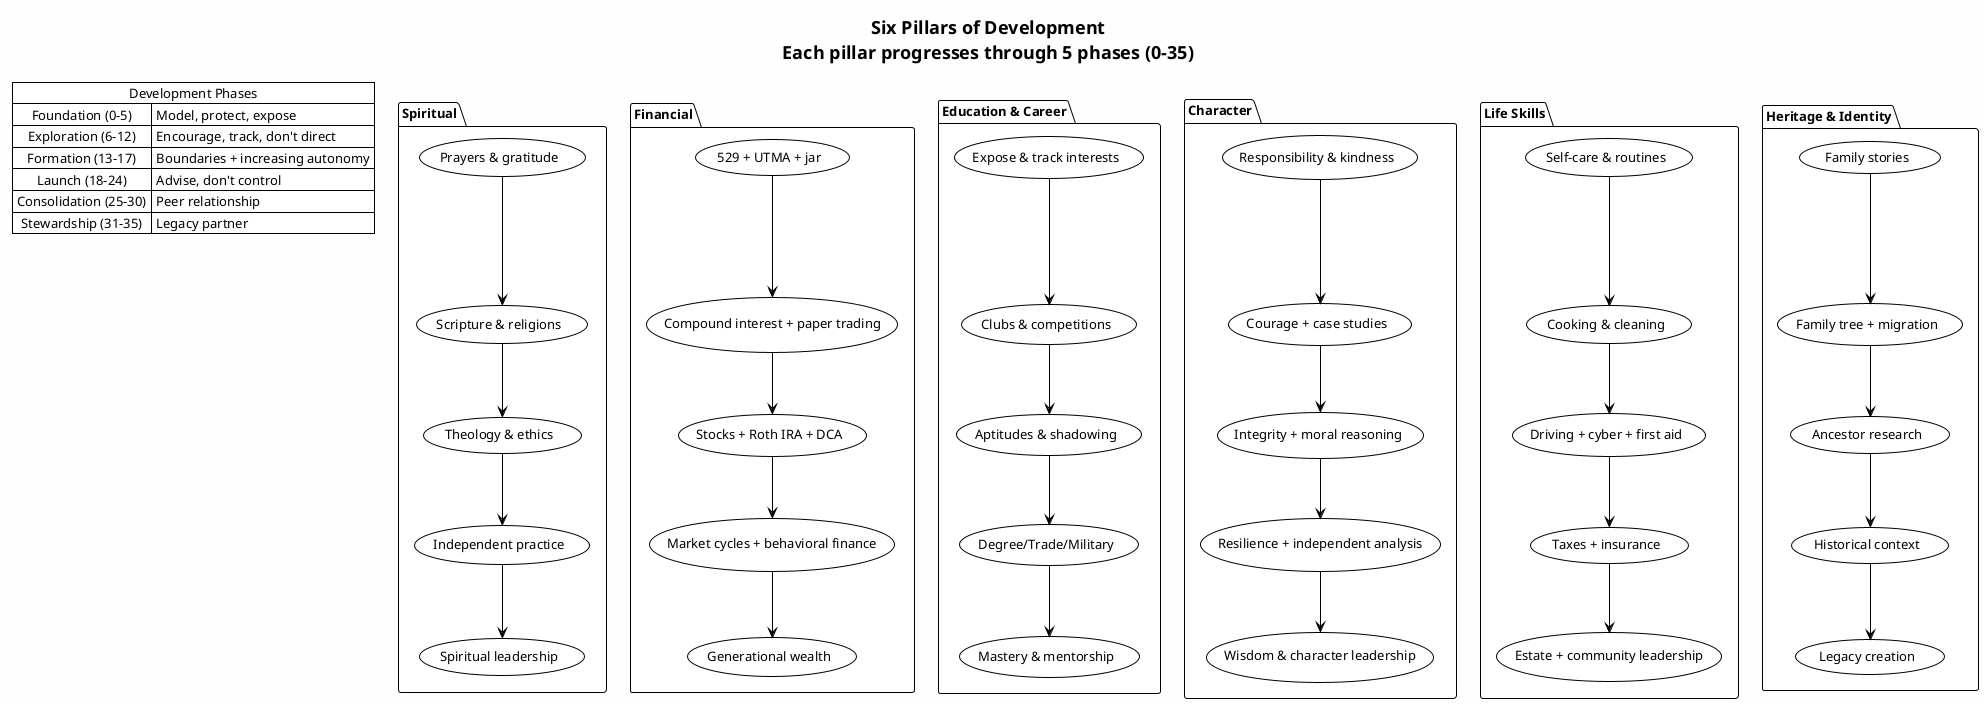
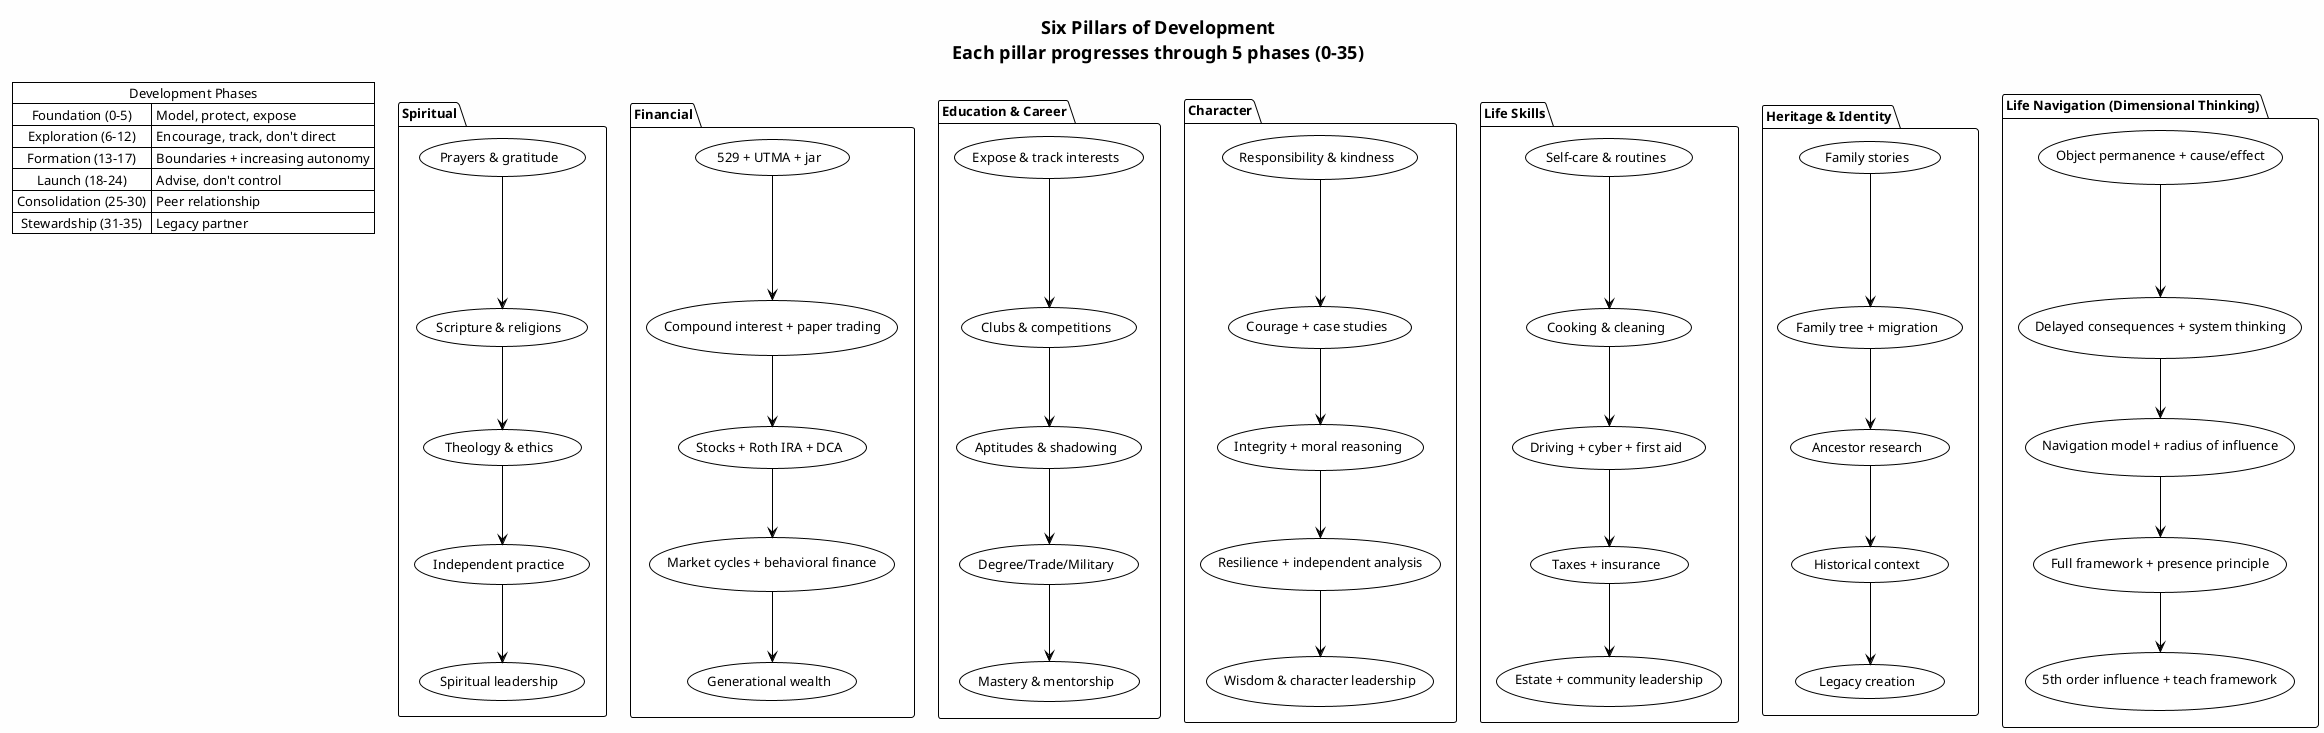
@startuml pillars_detail
!theme plain
skinparam backgroundColor #FEFEFE
skinparam defaultFontSize 13
skinparam titleFontSize 18

title Six Pillars of Development\nEach pillar progresses through 5 phases (0–35)

map "Development Phases" as phases {
  Foundation (0–5) => Model, protect, expose
  Exploration (6–12) => Encourage, track, don't direct
  Formation (13–17) => Boundaries + increasing autonomy
  Launch (18–24) => Advise, don't control
  Consolidation (25–30) => Peer relationship
  Stewardship (31–35) => Legacy partner
}

package "Spiritual" {
  (Prayers & gratitude) --> (Scripture & religions)
  (Scripture & religions) --> (Theology & ethics)
  (Theology & ethics) --> (Independent practice)
  (Independent practice) --> (Spiritual leadership)
}

package "Financial" {
  (529 + UTMA + jar) --> (Compound interest + paper trading)
  (Compound interest + paper trading) --> (Stocks + Roth IRA + DCA)
  (Stocks + Roth IRA + DCA) --> (Market cycles + behavioral finance)
  (Market cycles + behavioral finance) --> (Generational wealth)
}

package "Education & Career" {
  (Expose & track interests) --> (Clubs & competitions)
  (Clubs & competitions) --> (Aptitudes & shadowing)
  (Aptitudes & shadowing) --> (Degree/Trade/Military)
  (Degree/Trade/Military) --> (Mastery & mentorship)
}

package "Character" {
  (Responsibility & kindness) --> (Courage + case studies)
  (Courage + case studies) --> (Integrity + moral reasoning)
  (Integrity + moral reasoning) --> (Resilience + independent analysis)
  (Resilience + independent analysis) --> (Wisdom & character leadership)
}

package "Life Skills" {
  (Self-care & routines) --> (Cooking & cleaning)
  (Cooking & cleaning) --> (Driving + cyber + first aid)
  (Driving + cyber + first aid) --> (Taxes + insurance)
  (Taxes + insurance) --> (Estate + community leadership)
}

package "Heritage & Identity" {
  (Family stories) --> (Family tree + migration)
  (Family tree + migration) --> (Ancestor research)
  (Ancestor research) --> (Historical context)
  (Historical context) --> (Legacy creation)
}

+ package "Life Navigation (Dimensional Thinking)" {
+   (Object permanence + cause/effect) as nav1
+   (Delayed consequences + system thinking) as nav2
+   (Navigation model + radius of influence) as nav3
+   (Full framework + presence principle) as nav4
+   (5th order influence + teach framework) as nav5
+   nav1 --> nav2
+   nav2 --> nav3
+   nav3 --> nav4
+   nav4 --> nav5
+ }
+ 
@enduml
